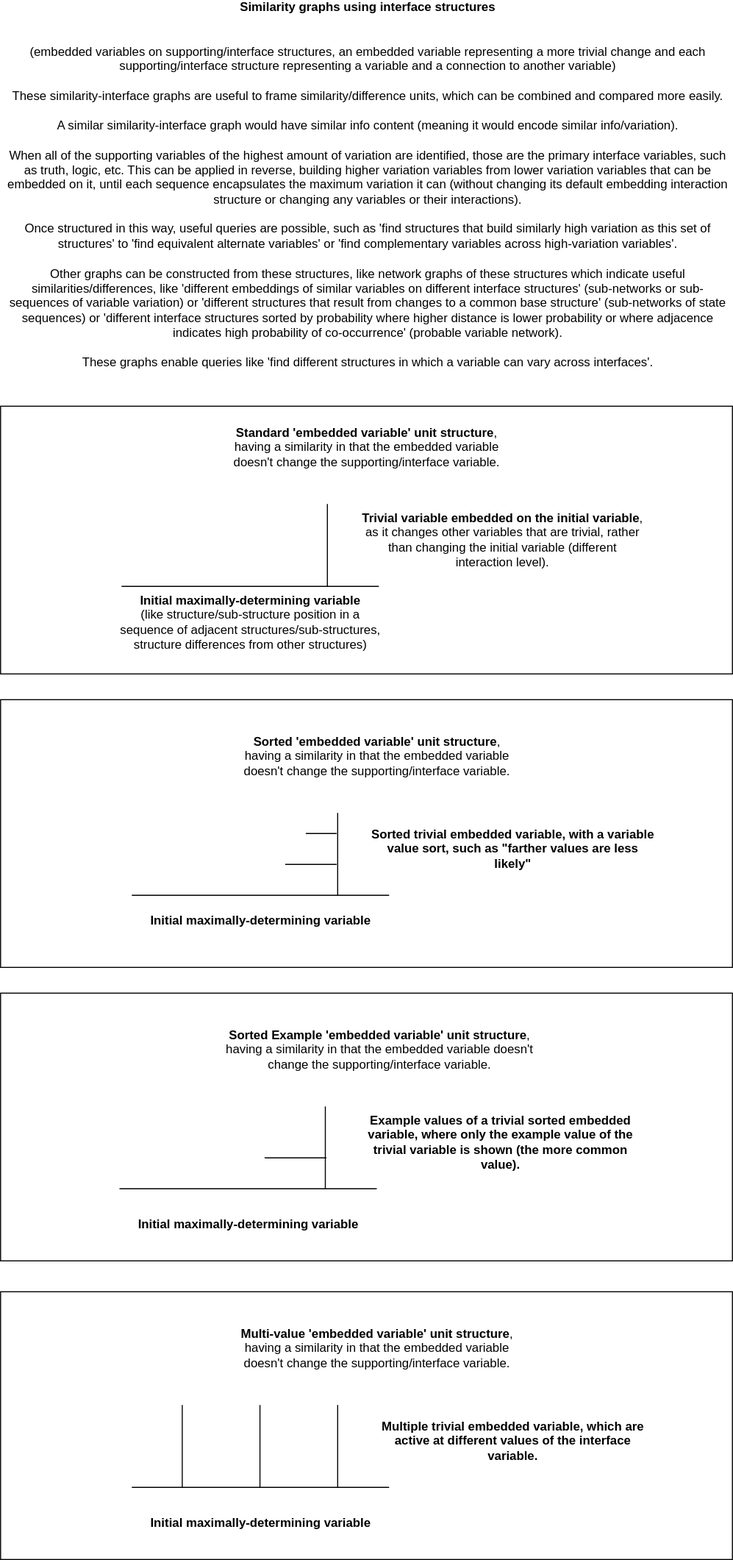
The draw.io diagram docs/objects/interface_similarity_graphs.drawio.svg in outdreamer/build-a-cure, before a commit. Source tidied: cells renumbered, new cells last; positions are measured from the earlier drawing's top-left corner, leaving out a move shared by most shapes. The source it was exported from:
```xml
<mxGraphModel>
  <root>
    <mxCell id="0" />
    <mxCell id="1" parent="0" />
    <mxCell id="2" style="rounded=0;whiteSpace=wrap;html=1;" parent="1" vertex="1">
      <mxGeometry y="230" width="711" height="260" as="geometry" />
    </mxCell>
    <mxCell id="3" style="rounded=0;whiteSpace=wrap;html=1;" parent="1" vertex="1">
      <mxGeometry y="800" width="711" height="260" as="geometry" />
    </mxCell>
    <mxCell id="4" style="rounded=0;whiteSpace=wrap;html=1;" parent="1" vertex="1">
      <mxGeometry y="1090" width="711" height="260" as="geometry" />
    </mxCell>
    <mxCell id="5" style="rounded=0;whiteSpace=wrap;html=1;" parent="1" vertex="1">
      <mxGeometry y="515" width="711" height="260" as="geometry" />
    </mxCell>
    <mxCell id="6" style="endArrow=none;html=1;rounded=0;" parent="1" edge="1">
      <mxGeometry relative="1" as="geometry">
        <mxPoint x="117.5" y="405" as="sourcePoint" />
        <mxPoint x="367.5" y="405" as="targetPoint" />
      </mxGeometry>
    </mxCell>
    <mxCell id="7" value="&lt;b&gt;Initial maximally-determining variable&lt;/b&gt;&lt;br&gt;(like structure/sub-structure position in a sequence of adjacent structures/sub-structures, structure&amp;nbsp;differences from other structures)" style="text;html=1;strokeColor=none;fillColor=none;align=center;verticalAlign=middle;whiteSpace=wrap;rounded=0;" parent="1" vertex="1">
      <mxGeometry x="107.5" y="425" width="270" height="30" as="geometry" />
    </mxCell>
    <mxCell id="8" style="endArrow=none;html=1;rounded=0;" parent="1" edge="1">
      <mxGeometry relative="1" as="geometry">
        <mxPoint x="317.5" y="405" as="sourcePoint" />
        <mxPoint x="317.5" y="325" as="targetPoint" />
      </mxGeometry>
    </mxCell>
    <mxCell id="9" value="&lt;b&gt;Similarity graphs using interface structures &lt;/b&gt;&lt;br&gt;&lt;br&gt;&lt;br&gt;(embedded variables on supporting/interface structures, an embedded variable representing a more trivial change and each supporting/interface structure representing a variable and a connection to another variable)&lt;br&gt;&lt;br&gt;These similarity-interface graphs are useful to frame similarity/difference units, which can be combined and compared more easily.&lt;br&gt;&lt;br&gt;A similar similarity-interface graph would have similar info content (meaning it would encode similar info/variation).&lt;br&gt;&lt;br&gt;When all of the supporting variables of the highest amount of variation are identified, those are the primary interface variables, such as truth, logic, etc. This can be applied in reverse, building higher variation variables from lower variation variables that can be embedded on it, until each sequence encapsulates the maximum variation it can (without changing its default embedding interaction structure or changing any variables or their interactions).&lt;br&gt;&lt;br&gt;Once structured in this way, useful queries are possible, such as 'find structures that build similarly high variation as this set of structures' to 'find equivalent alternate variables' or 'find complementary variables across high-variation variables'.&lt;br&gt;&lt;br&gt;Other graphs can be constructed from these structures, like network graphs of these structures which indicate useful similarities/differences, like 'different embeddings of similar variables on different interface structures' (sub-networks or sub-sequences of variable variation) or 'different structures that result from changes to a common base structure' (sub-networks of state sequences) or 'different interface structures sorted by probability where higher distance is lower probability or where adjacence indicates high probability of co-occurrence' (probable variable network).&lt;br&gt;&lt;br&gt;These graphs enable queries like 'find different structures in which a variable can vary across interfaces'." style="text;html=1;strokeColor=none;fillColor=none;align=center;verticalAlign=middle;whiteSpace=wrap;rounded=0;" parent="1" vertex="1">
      <mxGeometry x="4.3" width="706.4" height="30" as="geometry" />
    </mxCell>
    <mxCell id="10" value="&lt;b&gt;Trivial variable embedded on the initial variable&lt;/b&gt;, &lt;br&gt;as it changes other variables that are trivial, rather than changing the initial variable (different interaction level)." style="text;html=1;strokeColor=none;fillColor=none;align=center;verticalAlign=middle;whiteSpace=wrap;rounded=0;" parent="1" vertex="1">
      <mxGeometry x="347.5" y="345" width="280" height="30" as="geometry" />
    </mxCell>
    <mxCell id="11" value="&lt;b&gt;Standard 'embedded variable' unit structure&lt;/b&gt;,&lt;br&gt;having a similarity in that the embedded variable doesn't change the supporting/interface variable." style="text;html=1;strokeColor=none;fillColor=none;align=center;verticalAlign=middle;whiteSpace=wrap;rounded=0;" parent="1" vertex="1">
      <mxGeometry x="211.5" y="255" width="288" height="30" as="geometry" />
    </mxCell>
    <mxCell id="12" style="endArrow=none;html=1;rounded=0;" parent="1" edge="1">
      <mxGeometry relative="1" as="geometry">
        <mxPoint x="127.5" y="705" as="sourcePoint" />
        <mxPoint x="377.5" y="705" as="targetPoint" />
      </mxGeometry>
    </mxCell>
    <mxCell id="13" style="endArrow=none;html=1;rounded=0;" parent="1" edge="1">
      <mxGeometry relative="1" as="geometry">
        <mxPoint x="327.5" y="705" as="sourcePoint" />
        <mxPoint x="327.5" y="625" as="targetPoint" />
      </mxGeometry>
    </mxCell>
    <mxCell id="14" value="&lt;b&gt;Sorted trivial embedded variable, with a variable value sort, such as &quot;farther values are less likely&quot;&lt;/b&gt;" style="text;html=1;strokeColor=none;fillColor=none;align=center;verticalAlign=middle;whiteSpace=wrap;rounded=0;" parent="1" vertex="1">
      <mxGeometry x="357.5" y="645" width="280" height="30" as="geometry" />
    </mxCell>
    <mxCell id="15" value="&lt;b&gt;Sorted 'embedded variable' unit structure&lt;/b&gt;,&lt;br&gt;having a similarity in that the embedded variable doesn't change the supporting/interface variable." style="text;html=1;strokeColor=none;fillColor=none;align=center;verticalAlign=middle;whiteSpace=wrap;rounded=0;" parent="1" vertex="1">
      <mxGeometry x="221.5" y="555" width="288" height="30" as="geometry" />
    </mxCell>
    <mxCell id="16" style="endArrow=none;html=1;rounded=0;" parent="1" edge="1">
      <mxGeometry relative="1" as="geometry">
        <mxPoint x="326.5" y="675" as="sourcePoint" />
        <mxPoint x="276.5" y="675" as="targetPoint" />
      </mxGeometry>
    </mxCell>
    <mxCell id="17" style="endArrow=none;html=1;rounded=0;" parent="1" edge="1">
      <mxGeometry relative="1" as="geometry">
        <mxPoint x="326.5" y="645" as="sourcePoint" />
        <mxPoint x="296.5" y="645" as="targetPoint" />
      </mxGeometry>
    </mxCell>
    <mxCell id="18" style="endArrow=none;html=1;rounded=0;" parent="1" edge="1">
      <mxGeometry relative="1" as="geometry">
        <mxPoint x="127.5" y="1280" as="sourcePoint" />
        <mxPoint x="377.5" y="1280" as="targetPoint" />
      </mxGeometry>
    </mxCell>
    <mxCell id="19" style="endArrow=none;html=1;rounded=0;" parent="1" edge="1">
      <mxGeometry relative="1" as="geometry">
        <mxPoint x="327.5" y="1280" as="sourcePoint" />
        <mxPoint x="327.5" y="1200" as="targetPoint" />
      </mxGeometry>
    </mxCell>
    <mxCell id="20" value="&lt;b&gt;Multiple trivial embedded variable, which are active at different values of the interface variable.&lt;/b&gt;" style="text;html=1;strokeColor=none;fillColor=none;align=center;verticalAlign=middle;whiteSpace=wrap;rounded=0;" parent="1" vertex="1">
      <mxGeometry x="357.5" y="1220" width="280" height="30" as="geometry" />
    </mxCell>
    <mxCell id="21" value="&lt;b&gt;Multi-value 'embedded variable' unit structure&lt;/b&gt;,&lt;br&gt;having a similarity in that the embedded variable doesn't change the supporting/interface variable." style="text;html=1;strokeColor=none;fillColor=none;align=center;verticalAlign=middle;whiteSpace=wrap;rounded=0;" parent="1" vertex="1">
      <mxGeometry x="221.5" y="1130" width="288" height="30" as="geometry" />
    </mxCell>
    <mxCell id="22" style="endArrow=none;html=1;rounded=0;" parent="1" edge="1">
      <mxGeometry relative="1" as="geometry">
        <mxPoint x="252" y="1280" as="sourcePoint" />
        <mxPoint x="252" y="1200" as="targetPoint" />
      </mxGeometry>
    </mxCell>
    <mxCell id="23" style="endArrow=none;html=1;rounded=0;" parent="1" edge="1">
      <mxGeometry relative="1" as="geometry">
        <mxPoint x="176.5" y="1280" as="sourcePoint" />
        <mxPoint x="176.5" y="1200" as="targetPoint" />
      </mxGeometry>
    </mxCell>
    <mxCell id="24" style="endArrow=none;html=1;rounded=0;" parent="1" edge="1">
      <mxGeometry relative="1" as="geometry">
        <mxPoint x="115.5" y="990" as="sourcePoint" />
        <mxPoint x="365.5" y="990" as="targetPoint" />
      </mxGeometry>
    </mxCell>
    <mxCell id="25" value="&lt;b&gt;Initial maximally-determining variable&lt;/b&gt;" style="text;html=1;strokeColor=none;fillColor=none;align=center;verticalAlign=middle;whiteSpace=wrap;rounded=0;" parent="1" vertex="1">
      <mxGeometry x="105.5" y="1010" width="270" height="30" as="geometry" />
    </mxCell>
    <mxCell id="26" style="endArrow=none;html=1;rounded=0;" parent="1" edge="1">
      <mxGeometry relative="1" as="geometry">
        <mxPoint x="315.5" y="990" as="sourcePoint" />
        <mxPoint x="315.5" y="910" as="targetPoint" />
      </mxGeometry>
    </mxCell>
    <mxCell id="27" value="&lt;b&gt;Example values of a trivial sorted embedded variable, where only the example value of the trivial variable is shown (the more common value).&lt;/b&gt;" style="text;html=1;strokeColor=none;fillColor=none;align=center;verticalAlign=middle;whiteSpace=wrap;rounded=0;" parent="1" vertex="1">
      <mxGeometry x="345.5" y="930" width="280" height="30" as="geometry" />
    </mxCell>
    <mxCell id="28" value="&lt;b&gt;Sorted Example 'embedded variable' unit structure&lt;/b&gt;,&lt;br&gt;having a similarity in that the embedded variable doesn't change the supporting/interface variable." style="text;html=1;strokeColor=none;fillColor=none;align=center;verticalAlign=middle;whiteSpace=wrap;rounded=0;" parent="1" vertex="1">
      <mxGeometry x="209.5" y="840" width="317" height="30" as="geometry" />
    </mxCell>
    <mxCell id="29" style="endArrow=none;html=1;rounded=0;" parent="1" edge="1">
      <mxGeometry relative="1" as="geometry">
        <mxPoint x="316.5" y="960" as="sourcePoint" />
        <mxPoint x="256.5" y="960" as="targetPoint" />
      </mxGeometry>
    </mxCell>
    <mxCell id="30" value="&lt;b&gt;Initial maximally-determining variable&lt;/b&gt;" style="text;html=1;strokeColor=none;fillColor=none;align=center;verticalAlign=middle;whiteSpace=wrap;rounded=0;" parent="1" vertex="1">
      <mxGeometry x="117.5" y="1300" width="270" height="30" as="geometry" />
    </mxCell>
    <mxCell id="31" value="&lt;b&gt;Initial maximally-determining variable&lt;/b&gt;" style="text;html=1;strokeColor=none;fillColor=none;align=center;verticalAlign=middle;whiteSpace=wrap;rounded=0;" parent="1" vertex="1">
      <mxGeometry x="117.5" y="715" width="270" height="30" as="geometry" />
    </mxCell>
  </root>
</mxGraphModel>
```
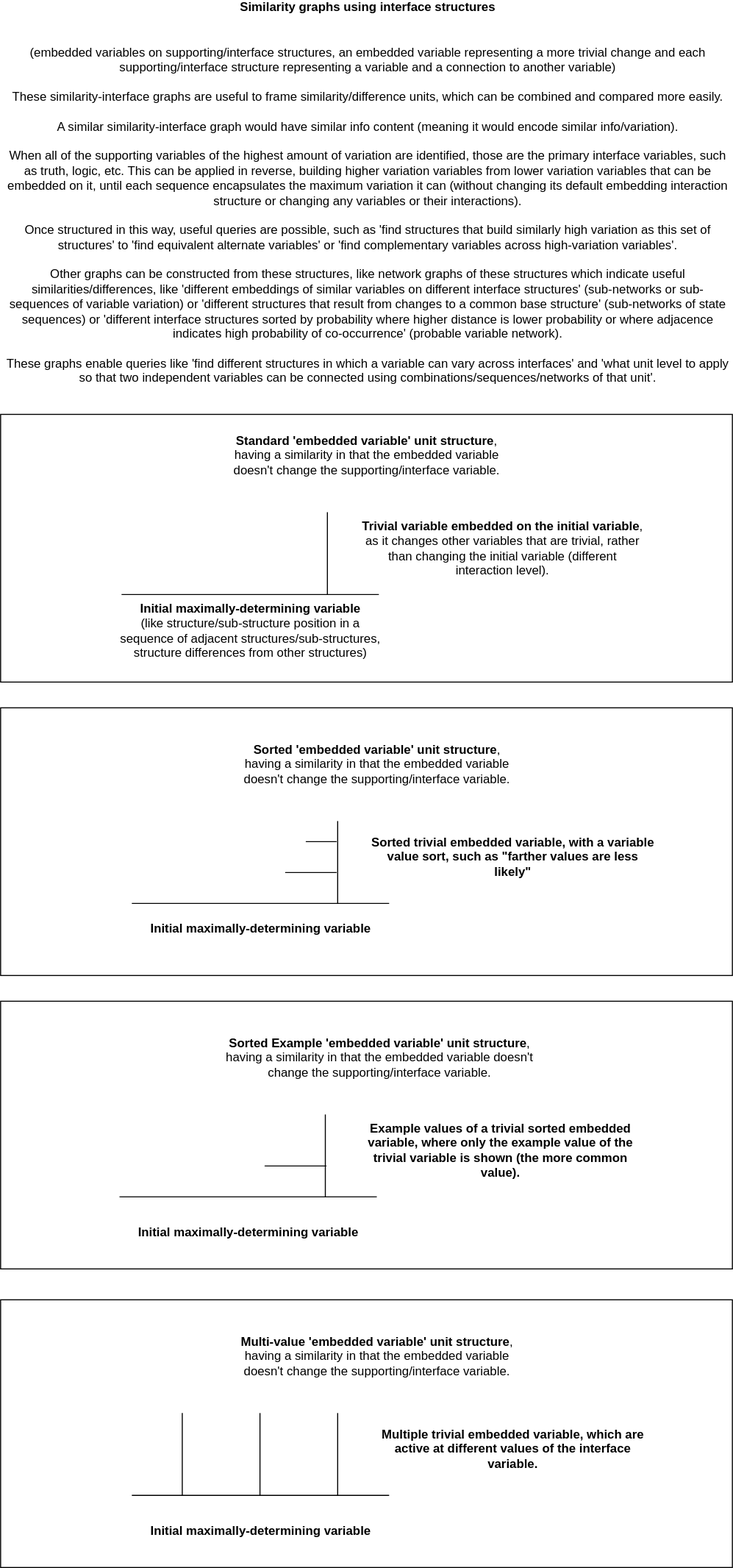
The same file after the commit.

The edit, as a diff of the source:
```diff
@@ -29,7 +29,7 @@
         <mxPoint x="317.5" y="325" as="targetPoint" />
       </mxGeometry>
     </mxCell>
-    <mxCell id="9" value="&lt;b&gt;Similarity graphs using interface structures &lt;/b&gt;&lt;br&gt;&lt;br&gt;&lt;br&gt;(embedded variables on supporting/interface structures, an embedded variable representing a more trivial change and each supporting/interface structure representing a variable and a connection to another variable)&lt;br&gt;&lt;br&gt;These similarity-interface graphs are useful to frame similarity/difference units, which can be combined and compared more easily.&lt;br&gt;&lt;br&gt;A similar similarity-interface graph would have similar info content (meaning it would encode similar info/variation).&lt;br&gt;&lt;br&gt;When all of the supporting variables of the highest amount of variation are identified, those are the primary interface variables, such as truth, logic, etc. This can be applied in reverse, building higher variation variables from lower variation variables that can be embedded on it, until each sequence encapsulates the maximum variation it can (without changing its default embedding interaction structure or changing any variables or their interactions).&lt;br&gt;&lt;br&gt;Once structured in this way, useful queries are possible, such as 'find structures that build similarly high variation as this set of structures' to 'find equivalent alternate variables' or 'find complementary variables across high-variation variables'.&lt;br&gt;&lt;br&gt;Other graphs can be constructed from these structures, like network graphs of these structures which indicate useful similarities/differences, like 'different embeddings of similar variables on different interface structures' (sub-networks or sub-sequences of variable variation) or 'different structures that result from changes to a common base structure' (sub-networks of state sequences) or 'different interface structures sorted by probability where higher distance is lower probability or where adjacence indicates high probability of co-occurrence' (probable variable network).&lt;br&gt;&lt;br&gt;These graphs enable queries like 'find different structures in which a variable can vary across interfaces'." style="text;html=1;strokeColor=none;fillColor=none;align=center;verticalAlign=middle;whiteSpace=wrap;rounded=0;" parent="1" vertex="1">
+    <mxCell id="9" value="&lt;b&gt;Similarity graphs using interface structures &lt;/b&gt;&lt;br&gt;&lt;br&gt;&lt;br&gt;(embedded variables on supporting/interface structures, an embedded variable representing a more trivial change and each supporting/interface structure representing a variable and a connection to another variable)&lt;br&gt;&lt;br&gt;These similarity-interface graphs are useful to frame similarity/difference units, which can be combined and compared more easily.&lt;br&gt;&lt;br&gt;A similar similarity-interface graph would have similar info content (meaning it would encode similar info/variation).&lt;br&gt;&lt;br&gt;When all of the supporting variables of the highest amount of variation are identified, those are the primary interface variables, such as truth, logic, etc. This can be applied in reverse, building higher variation variables from lower variation variables that can be embedded on it, until each sequence encapsulates the maximum variation it can (without changing its default embedding interaction structure or changing any variables or their interactions).&lt;br&gt;&lt;br&gt;Once structured in this way, useful queries are possible, such as 'find structures that build similarly high variation as this set of structures' to 'find equivalent alternate variables' or 'find complementary variables across high-variation variables'.&lt;br&gt;&lt;br&gt;Other graphs can be constructed from these structures, like network graphs of these structures which indicate useful similarities/differences, like 'different embeddings of similar variables on different interface structures' (sub-networks or sub-sequences of variable variation) or 'different structures that result from changes to a common base structure' (sub-networks of state sequences) or 'different interface structures sorted by probability where higher distance is lower probability or where adjacence indicates high probability of co-occurrence' (probable variable network).&lt;br&gt;&lt;br&gt;These graphs enable queries like 'find different structures in which a variable can vary across interfaces' and 'what unit level to apply so that two independent variables can be connected using combinations/sequences/networks of that unit'." style="text;html=1;strokeColor=none;fillColor=none;align=center;verticalAlign=middle;whiteSpace=wrap;rounded=0;" parent="1" vertex="1">
       <mxGeometry x="4.3" width="706.4" height="30" as="geometry" />
     </mxCell>
     <mxCell id="10" value="&lt;b&gt;Trivial variable embedded on the initial variable&lt;/b&gt;, &lt;br&gt;as it changes other variables that are trivial, rather than changing the initial variable (different interaction level)." style="text;html=1;strokeColor=none;fillColor=none;align=center;verticalAlign=middle;whiteSpace=wrap;rounded=0;" parent="1" vertex="1">
```
